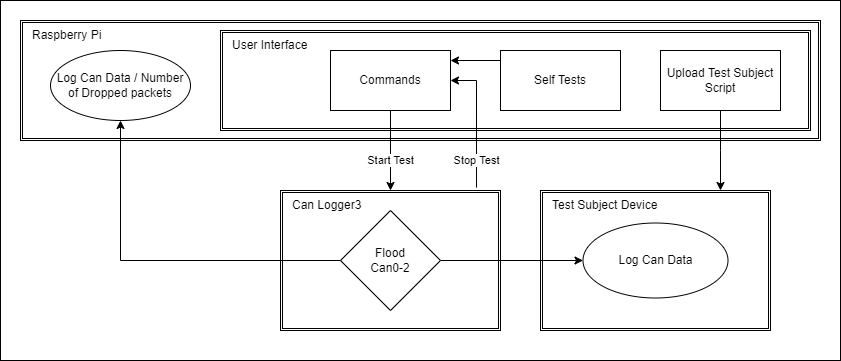
thomasbalzer/CANBusTester keeps this draw.io diagram as CANBusTester.drawio.png. Above is the earlier version. Source tidied: cells renumbered, new cells last; positions are measured from the earlier drawing's top-left corner, leaving out a move shared by most shapes. Source of this version:
```xml
<mxGraphModel>
  <root>
    <mxCell id="0" />
    <mxCell id="1" parent="0" />
    <mxCell id="2" style="rounded=0;whiteSpace=wrap;html=1;fontFamily=Helvetica;fontSize=12;fontColor=default;strokeColor=default;fillColor=default;" parent="1" vertex="1">
      <mxGeometry width="840" height="360" as="geometry" />
    </mxCell>
    <mxCell id="3" style="shape=ext;double=1;rounded=0;whiteSpace=wrap;html=1;align=left;" parent="1" vertex="1">
      <mxGeometry x="20" y="20" width="800" height="120" as="geometry" />
    </mxCell>
    <mxCell id="4" style="shape=ext;double=1;rounded=0;whiteSpace=wrap;html=1;align=left;" parent="1" vertex="1">
      <mxGeometry x="220" y="30" width="590" height="100" as="geometry" />
    </mxCell>
    <mxCell id="5" style="shape=ext;double=1;rounded=0;whiteSpace=wrap;html=1;align=left;" parent="1" vertex="1">
      <mxGeometry x="540" y="190" width="230" height="140" as="geometry" />
    </mxCell>
    <mxCell id="6" style="shape=ext;double=1;rounded=0;whiteSpace=wrap;html=1;align=left;" parent="1" vertex="1">
      <mxGeometry x="280" y="190" width="220" height="140" as="geometry" />
    </mxCell>
    <mxCell id="7" value="Can Logger3" style="text;html=1;strokeColor=none;fillColor=none;align=left;verticalAlign=middle;whiteSpace=wrap;rounded=0;" parent="1" vertex="1">
      <mxGeometry x="290" y="190" width="80" height="30" as="geometry" />
    </mxCell>
    <mxCell id="8" value="Start Test" style="edgeStyle=orthogonalEdgeStyle;rounded=0;jettySize=auto;html=1;exitX=0.5;exitY=1;exitDx=0;exitDy=0;" parent="1" edge="1" source="11">
      <mxGeometry x="0.25" relative="1" as="geometry">
        <mxPoint x="390" y="190" as="targetPoint" />
      </mxGeometry>
    </mxCell>
    <mxCell id="9" style="edgeStyle=orthogonalEdgeStyle;rounded=0;jettySize=auto;html=1;exitX=0.891;exitY=-0.021;exitDx=0;exitDy=0;entryX=1;entryY=0.5;entryDx=0;entryDy=0;exitPerimeter=0;" parent="1" edge="1" source="6" target="11">
      <mxGeometry relative="1" as="geometry" />
    </mxCell>
    <mxCell id="10" value="Stop Test" style="edgeLabel;html=1;align=center;verticalAlign=middle;" parent="9" vertex="1">
      <mxGeometry x="0.55" y="-3" relative="1" as="geometry">
        <mxPoint x="-4" y="75" as="offset" />
      </mxGeometry>
    </mxCell>
    <mxCell id="11" value="Commands" style="rounded=0;whiteSpace=wrap;html=1;" parent="1" vertex="1">
      <mxGeometry x="330" y="50" width="120" height="60" as="geometry" />
    </mxCell>
    <mxCell id="12" style="edgeStyle=orthogonalEdgeStyle;rounded=0;jettySize=auto;html=1;" parent="1" edge="1" source="14" target="15">
      <mxGeometry relative="1" as="geometry" />
    </mxCell>
    <mxCell id="13" style="edgeStyle=orthogonalEdgeStyle;rounded=0;jettySize=auto;html=1;exitX=1;exitY=0.5;exitDx=0;exitDy=0;entryX=0;entryY=0.5;entryDx=0;entryDy=0;" parent="1" edge="1" source="14" target="18">
      <mxGeometry relative="1" as="geometry" />
    </mxCell>
    <mxCell id="14" value="Flood&lt;br&gt;Can0-2" style="rhombus;whiteSpace=wrap;html=1;rounded=0;" parent="1" vertex="1">
      <mxGeometry x="340" y="210" width="100" height="100" as="geometry" />
    </mxCell>
    <mxCell id="15" value="Log Can Data / Number of Dropped packets" style="ellipse;whiteSpace=wrap;html=1;rounded=0;" parent="1" vertex="1">
      <mxGeometry x="50" y="50" width="140" height="70" as="geometry" />
    </mxCell>
    <mxCell id="16" value="Raspberry Pi" style="text;html=1;strokeColor=none;fillColor=none;align=left;verticalAlign=middle;whiteSpace=wrap;rounded=0;" parent="1" vertex="1">
      <mxGeometry x="30" y="20" width="80" height="30" as="geometry" />
    </mxCell>
    <mxCell id="17" value="Test Subject Device" style="text;html=1;strokeColor=none;fillColor=none;align=left;verticalAlign=middle;whiteSpace=wrap;rounded=0;" parent="1" vertex="1">
      <mxGeometry x="550" y="190" width="110" height="30" as="geometry" />
    </mxCell>
    <mxCell id="18" value="Log Can Data" style="ellipse;whiteSpace=wrap;html=1;rounded=0;" parent="1" vertex="1">
      <mxGeometry x="582.5" y="222.5" width="145" height="75" as="geometry" />
    </mxCell>
    <mxCell id="19" value="User Interface" style="text;html=1;strokeColor=none;fillColor=none;align=left;verticalAlign=middle;whiteSpace=wrap;rounded=0;" parent="1" vertex="1">
      <mxGeometry x="230" y="30" width="80" height="30" as="geometry" />
    </mxCell>
    <mxCell id="20" style="edgeStyle=orthogonalEdgeStyle;rounded=0;jettySize=auto;html=1;exitX=0.5;exitY=1;exitDx=0;exitDy=0;fontFamily=Helvetica;fontSize=12;fontColor=default;" parent="1" edge="1" source="21">
      <mxGeometry relative="1" as="geometry">
        <mxPoint x="720" y="190" as="targetPoint" />
        <Array as="points">
          <mxPoint x="720" y="150" />
          <mxPoint x="720" y="150" />
        </Array>
      </mxGeometry>
    </mxCell>
    <mxCell id="21" value="Upload Test Subject Script" style="rounded=0;whiteSpace=wrap;html=1;" parent="1" vertex="1">
      <mxGeometry x="660" y="50" width="120" height="60" as="geometry" />
    </mxCell>
    <mxCell id="22" style="edgeStyle=orthogonalEdgeStyle;rounded=0;jettySize=auto;html=1;exitX=0;exitY=0;exitDx=0;exitDy=0;fontFamily=Helvetica;fontSize=12;fontColor=default;" parent="1" edge="1" source="23">
      <mxGeometry relative="1" as="geometry">
        <mxPoint x="450" y="60" as="targetPoint" />
        <Array as="points">
          <mxPoint x="500" y="60" />
          <mxPoint x="450" y="60" />
        </Array>
      </mxGeometry>
    </mxCell>
    <mxCell id="23" value="Self Tests" style="rounded=0;whiteSpace=wrap;html=1;" parent="1" vertex="1">
      <mxGeometry x="500" y="50" width="120" height="60" as="geometry" />
    </mxCell>
  </root>
</mxGraphModel>
```
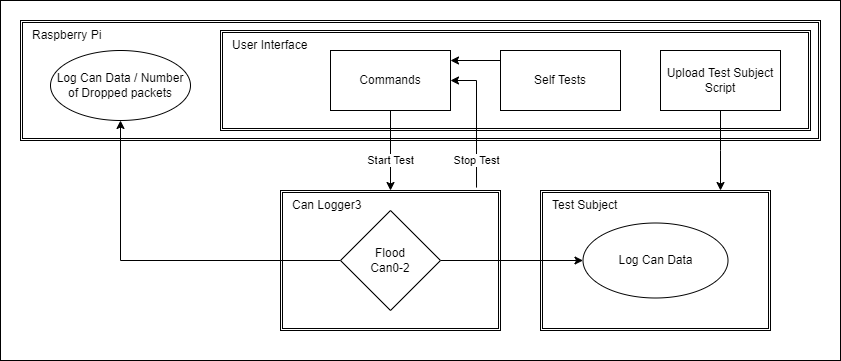
The same file after the commit.

Change to the diagram source:
```diff
@@ -51,7 +51,7 @@
     <mxCell id="16" value="Raspberry Pi" style="text;html=1;strokeColor=none;fillColor=none;align=left;verticalAlign=middle;whiteSpace=wrap;rounded=0;" parent="1" vertex="1">
       <mxGeometry x="30" y="20" width="80" height="30" as="geometry" />
     </mxCell>
-    <mxCell id="17" value="Test Subject Device" style="text;html=1;strokeColor=none;fillColor=none;align=left;verticalAlign=middle;whiteSpace=wrap;rounded=0;" parent="1" vertex="1">
+    <mxCell id="17" value="Test Subject" style="text;html=1;strokeColor=none;fillColor=none;align=left;verticalAlign=middle;whiteSpace=wrap;rounded=0;" parent="1" vertex="1">
       <mxGeometry x="550" y="190" width="110" height="30" as="geometry" />
     </mxCell>
     <mxCell id="18" value="Log Can Data" style="ellipse;whiteSpace=wrap;html=1;rounded=0;" parent="1" vertex="1">
```
